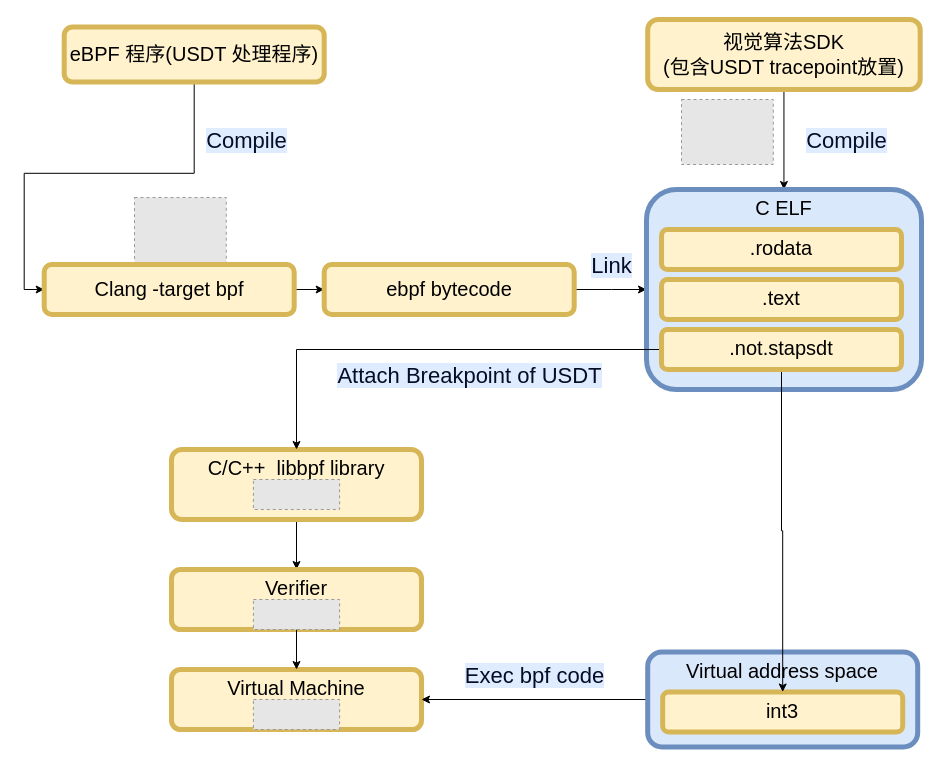
Before: page "Page-5" (5 of 17) of Untitled Diagram.drawio in fangwater/Config, a draw.io diagram. Source tidied: cells renumbered, new cells numbered last; positions are measured from the earlier drawing's top-left corner, leaving out a move shared by most shapes. Both pictures are drawn from the tidied source at 100%, with x=0, y=0 at pixel (44, 19). Pictures stored in the file or linked from it are replaced by grey dashed boxes.
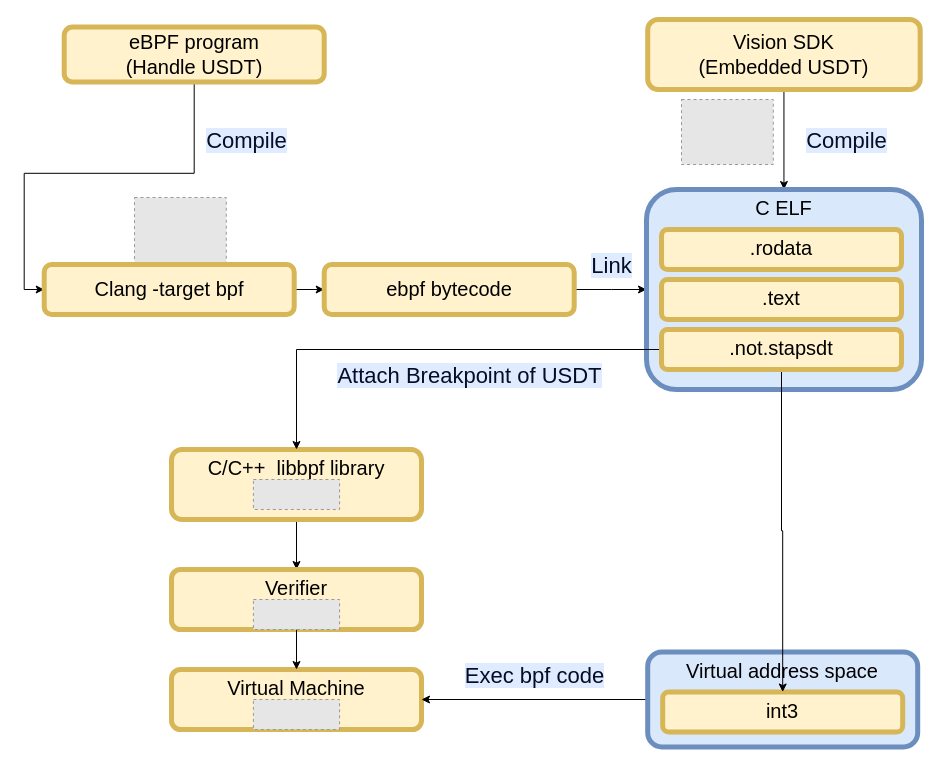
The same diagram, later.

Diff of the diagram source:
```diff
@@
-    <mxCell id="4" value="&lt;font style=&quot;font-size: 19px;&quot;&gt;&lt;font style=&quot;font-size: 19px;&quot;&gt;&lt;font style=&quot;font-size: 19px;&quot;&gt;&lt;font style=&quot;font-size: 19px;&quot;&gt;&lt;font style=&quot;font-size: 19px;&quot;&gt;&lt;font style=&quot;font-size: 19px;&quot;&gt;&lt;font style=&quot;font-size: 19px;&quot;&gt;&lt;font style=&quot;font-size: 19px;&quot;&gt;&lt;font style=&quot;font-size: 19px;&quot;&gt;&lt;font style=&quot;font-size: 19px;&quot;&gt;&lt;font style=&quot;font-size: 19px;&quot;&gt;&lt;font style=&quot;font-size: 19px;&quot;&gt;&lt;font style=&quot;font-size: 19px;&quot;&gt;&lt;font style=&quot;font-size: 19px;&quot;&gt;&lt;font style=&quot;font-size: 19px;&quot;&gt;&lt;font style=&quot;font-size: 19px;&quot;&gt;&lt;font style=&quot;font-size: 20px;&quot;&gt;eBPF 程序(USDT 处理程序)&lt;/font&gt;&lt;/font&gt;&lt;/font&gt;&lt;/font&gt;&lt;/font&gt;&lt;/font&gt;&lt;/font&gt;&lt;/font&gt;&lt;/font&gt;&lt;/font&gt;&lt;/font&gt;&lt;/font&gt;&lt;/font&gt;&lt;/font&gt;&lt;/font&gt;&lt;/font&gt;&lt;/font&gt;" style="rounded=1;whiteSpace=wrap;html=1;labelBackgroundColor=none;fontFamily=Helvetica;fontSize=2;fillColor=#fff2cc;strokeColor=#d6b656;strokeWidth=5;" parent="1" vertex="1">
+    <mxCell id="4" value="&lt;font style=&quot;font-size: 19px;&quot;&gt;&lt;font style=&quot;font-size: 19px;&quot;&gt;&lt;font style=&quot;font-size: 19px;&quot;&gt;&lt;font style=&quot;font-size: 19px;&quot;&gt;&lt;font style=&quot;font-size: 19px;&quot;&gt;&lt;font style=&quot;font-size: 19px;&quot;&gt;&lt;font style=&quot;font-size: 19px;&quot;&gt;&lt;font style=&quot;font-size: 19px;&quot;&gt;&lt;font style=&quot;font-size: 19px;&quot;&gt;&lt;font style=&quot;font-size: 19px;&quot;&gt;&lt;font style=&quot;font-size: 19px;&quot;&gt;&lt;font style=&quot;font-size: 19px;&quot;&gt;&lt;font style=&quot;font-size: 19px;&quot;&gt;&lt;font style=&quot;font-size: 19px;&quot;&gt;&lt;font style=&quot;font-size: 19px;&quot;&gt;&lt;font style=&quot;font-size: 19px;&quot;&gt;&lt;font style=&quot;font-size: 20px;&quot;&gt;eBPF program&lt;br&gt;(Handle USDT)&lt;/font&gt;&lt;/font&gt;&lt;/font&gt;&lt;/font&gt;&lt;/font&gt;&lt;/font&gt;&lt;/font&gt;&lt;/font&gt;&lt;/font&gt;&lt;/font&gt;&lt;/font&gt;&lt;/font&gt;&lt;/font&gt;&lt;/font&gt;&lt;/font&gt;&lt;/font&gt;&lt;/font&gt;" style="rounded=1;whiteSpace=wrap;html=1;labelBackgroundColor=none;fontFamily=Helvetica;fontSize=2;fillColor=#fff2cc;strokeColor=#d6b656;strokeWidth=5;" parent="1" vertex="1">
       <mxGeometry x="19.7" y="7.5" width="260" height="55" as="geometry" />
     </mxCell>
@@
-    <mxCell id="12" value="&lt;div&gt;&lt;font style=&quot;font-size: 3px;&quot;&gt;&lt;font style=&quot;font-size: 4px;&quot;&gt;&lt;font style=&quot;font-size: 5px;&quot;&gt;&lt;font style=&quot;font-size: 6px;&quot;&gt;&lt;font style=&quot;font-size: 7px;&quot;&gt;&lt;font style=&quot;font-size: 8px;&quot;&gt;&lt;font style=&quot;font-size: 9px;&quot;&gt;&lt;font style=&quot;font-size: 10px;&quot;&gt;&lt;font style=&quot;font-size: 11px;&quot;&gt;&lt;font style=&quot;font-size: 12px;&quot;&gt;&lt;font style=&quot;font-size: 13px;&quot;&gt;&lt;font style=&quot;font-size: 14px;&quot;&gt;&lt;font style=&quot;font-size: 15px;&quot;&gt;&lt;font style=&quot;font-size: 16px;&quot;&gt;&lt;font style=&quot;font-size: 17px;&quot;&gt;&lt;font style=&quot;font-size: 18px;&quot;&gt;&lt;font style=&quot;font-size: 19px;&quot;&gt;&lt;font style=&quot;font-size: 20px;&quot;&gt;视觉算法SDK&lt;br&gt;&lt;/font&gt;&lt;/font&gt;&lt;/font&gt;&lt;/font&gt;&lt;/font&gt;&lt;/font&gt;&lt;/font&gt;&lt;/font&gt;&lt;/font&gt;&lt;/font&gt;&lt;/font&gt;&lt;/font&gt;&lt;/font&gt;&lt;/font&gt;&lt;/font&gt;&lt;/font&gt;&lt;/font&gt;&lt;/font&gt;&lt;/div&gt;&lt;div&gt;&lt;font style=&quot;font-size: 3px;&quot;&gt;&lt;font style=&quot;font-size: 4px;&quot;&gt;&lt;font style=&quot;font-size: 5px;&quot;&gt;&lt;font style=&quot;font-size: 6px;&quot;&gt;&lt;font style=&quot;font-size: 7px;&quot;&gt;&lt;font style=&quot;font-size: 8px;&quot;&gt;&lt;font style=&quot;font-size: 9px;&quot;&gt;&lt;font style=&quot;font-size: 10px;&quot;&gt;&lt;font style=&quot;font-size: 11px;&quot;&gt;&lt;font style=&quot;font-size: 12px;&quot;&gt;&lt;font style=&quot;font-size: 13px;&quot;&gt;&lt;font style=&quot;font-size: 14px;&quot;&gt;&lt;font style=&quot;font-size: 15px;&quot;&gt;&lt;font style=&quot;font-size: 16px;&quot;&gt;&lt;font style=&quot;font-size: 17px;&quot;&gt;&lt;font style=&quot;font-size: 18px;&quot;&gt;&lt;font style=&quot;font-size: 19px;&quot;&gt;&lt;font style=&quot;font-size: 20px;&quot;&gt;(包含USDT tracepoint放置)&lt;br&gt;&lt;/font&gt;&lt;/font&gt;&lt;/font&gt;&lt;/font&gt;&lt;/font&gt;&lt;/font&gt;&lt;/font&gt;&lt;/font&gt;&lt;/font&gt;&lt;/font&gt;&lt;/font&gt;&lt;/font&gt;&lt;/font&gt;&lt;/font&gt;&lt;/font&gt;&lt;/font&gt;&lt;/font&gt;&lt;/font&gt;&lt;/div&gt;" style="rounded=1;whiteSpace=wrap;html=1;labelBackgroundColor=none;fontFamily=Helvetica;fontSize=2;fillColor=#fff2cc;strokeColor=#d6b656;strokeWidth=5;" parent="1" vertex="1">
+    <mxCell id="12" value="&lt;div&gt;&lt;font style=&quot;font-size: 3px;&quot;&gt;&lt;font style=&quot;font-size: 4px;&quot;&gt;&lt;font style=&quot;font-size: 5px;&quot;&gt;&lt;font style=&quot;font-size: 6px;&quot;&gt;&lt;font style=&quot;font-size: 7px;&quot;&gt;&lt;font style=&quot;font-size: 8px;&quot;&gt;&lt;font style=&quot;font-size: 9px;&quot;&gt;&lt;font style=&quot;font-size: 10px;&quot;&gt;&lt;font style=&quot;font-size: 11px;&quot;&gt;&lt;font style=&quot;font-size: 12px;&quot;&gt;&lt;font style=&quot;font-size: 13px;&quot;&gt;&lt;font style=&quot;font-size: 14px;&quot;&gt;&lt;font style=&quot;font-size: 15px;&quot;&gt;&lt;font style=&quot;font-size: 16px;&quot;&gt;&lt;font style=&quot;font-size: 17px;&quot;&gt;&lt;font style=&quot;font-size: 18px;&quot;&gt;&lt;font style=&quot;font-size: 19px;&quot;&gt;&lt;font style=&quot;font-size: 20px;&quot;&gt;Vision SDK&lt;br&gt;&lt;/font&gt;&lt;/font&gt;&lt;/font&gt;&lt;/font&gt;&lt;/font&gt;&lt;/font&gt;&lt;/font&gt;&lt;/font&gt;&lt;/font&gt;&lt;/font&gt;&lt;/font&gt;&lt;/font&gt;&lt;/font&gt;&lt;/font&gt;&lt;/font&gt;&lt;/font&gt;&lt;/font&gt;&lt;/font&gt;&lt;/div&gt;&lt;div&gt;&lt;font style=&quot;font-size: 3px;&quot;&gt;&lt;font style=&quot;font-size: 4px;&quot;&gt;&lt;font style=&quot;font-size: 5px;&quot;&gt;&lt;font style=&quot;font-size: 6px;&quot;&gt;&lt;font style=&quot;font-size: 7px;&quot;&gt;&lt;font style=&quot;font-size: 8px;&quot;&gt;&lt;font style=&quot;font-size: 9px;&quot;&gt;&lt;font style=&quot;font-size: 10px;&quot;&gt;&lt;font style=&quot;font-size: 11px;&quot;&gt;&lt;font style=&quot;font-size: 12px;&quot;&gt;&lt;font style=&quot;font-size: 13px;&quot;&gt;&lt;font style=&quot;font-size: 14px;&quot;&gt;&lt;font style=&quot;font-size: 15px;&quot;&gt;&lt;font style=&quot;font-size: 16px;&quot;&gt;&lt;font style=&quot;font-size: 17px;&quot;&gt;&lt;font style=&quot;font-size: 18px;&quot;&gt;&lt;font style=&quot;font-size: 19px;&quot;&gt;&lt;font style=&quot;font-size: 20px;&quot;&gt;(Embedded&amp;nbsp;&lt;/font&gt;&lt;/font&gt;&lt;/font&gt;&lt;/font&gt;&lt;/font&gt;&lt;/font&gt;&lt;/font&gt;&lt;/font&gt;&lt;/font&gt;&lt;/font&gt;&lt;/font&gt;&lt;/font&gt;&lt;/font&gt;&lt;/font&gt;&lt;/font&gt;&lt;/font&gt;&lt;/font&gt;&lt;/font&gt;&lt;font style=&quot;font-size: 3px;&quot;&gt;&lt;font style=&quot;font-size: 4px;&quot;&gt;&lt;font style=&quot;font-size: 5px;&quot;&gt;&lt;font style=&quot;font-size: 6px;&quot;&gt;&lt;font style=&quot;font-size: 7px;&quot;&gt;&lt;font style=&quot;font-size: 8px;&quot;&gt;&lt;font style=&quot;font-size: 9px;&quot;&gt;&lt;font style=&quot;font-size: 10px;&quot;&gt;&lt;font style=&quot;font-size: 11px;&quot;&gt;&lt;font style=&quot;font-size: 12px;&quot;&gt;&lt;font style=&quot;font-size: 13px;&quot;&gt;&lt;font style=&quot;font-size: 14px;&quot;&gt;&lt;font style=&quot;font-size: 15px;&quot;&gt;&lt;font style=&quot;font-size: 16px;&quot;&gt;&lt;font style=&quot;font-size: 17px;&quot;&gt;&lt;font style=&quot;font-size: 18px;&quot;&gt;&lt;font style=&quot;font-size: 19px;&quot;&gt;&lt;font style=&quot;font-size: 20px;&quot;&gt;USDT)&lt;/font&gt;&lt;/font&gt;&lt;/font&gt;&lt;/font&gt;&lt;/font&gt;&lt;/font&gt;&lt;/font&gt;&lt;/font&gt;&lt;/font&gt;&lt;/font&gt;&lt;/font&gt;&lt;/font&gt;&lt;/font&gt;&lt;/font&gt;&lt;/font&gt;&lt;/font&gt;&lt;/font&gt;&lt;/font&gt;&lt;/div&gt;" style="rounded=1;whiteSpace=wrap;html=1;labelBackgroundColor=none;fontFamily=Helvetica;fontSize=2;fillColor=#fff2cc;strokeColor=#d6b656;strokeWidth=5;" parent="1" vertex="1">
       <mxGeometry x="603.2" width="272.5" height="70" as="geometry" />
     </mxCell>
```
